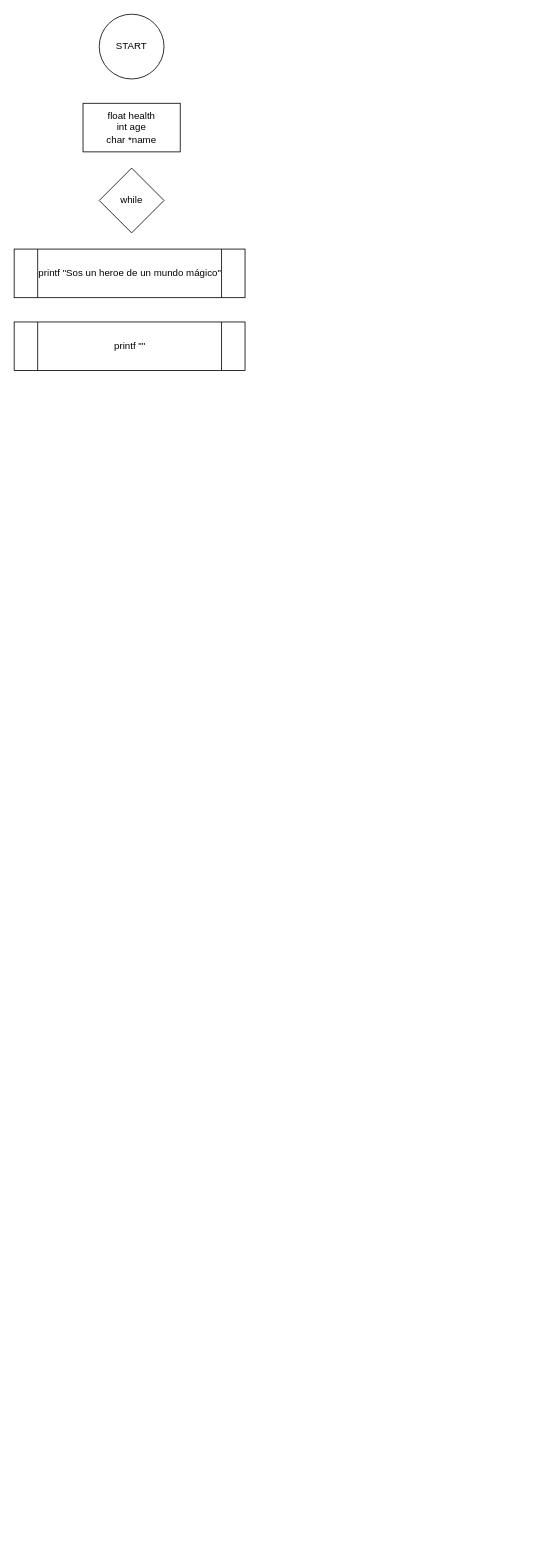
The draw.io diagram Programas/Personalizar-Heroe/PersonalizarHeroe-diagrama.drawio in VictorJ-Ch/Sistemas-operativos, before the edit. Source tidied: cells renumbered, new cells numbered last; positions are measured from the earlier drawing's top-left corner, leaving out a move shared by most shapes. Both pictures are drawn from the tidied source at 81%, with x=0, y=0 at pixel (14, 14).
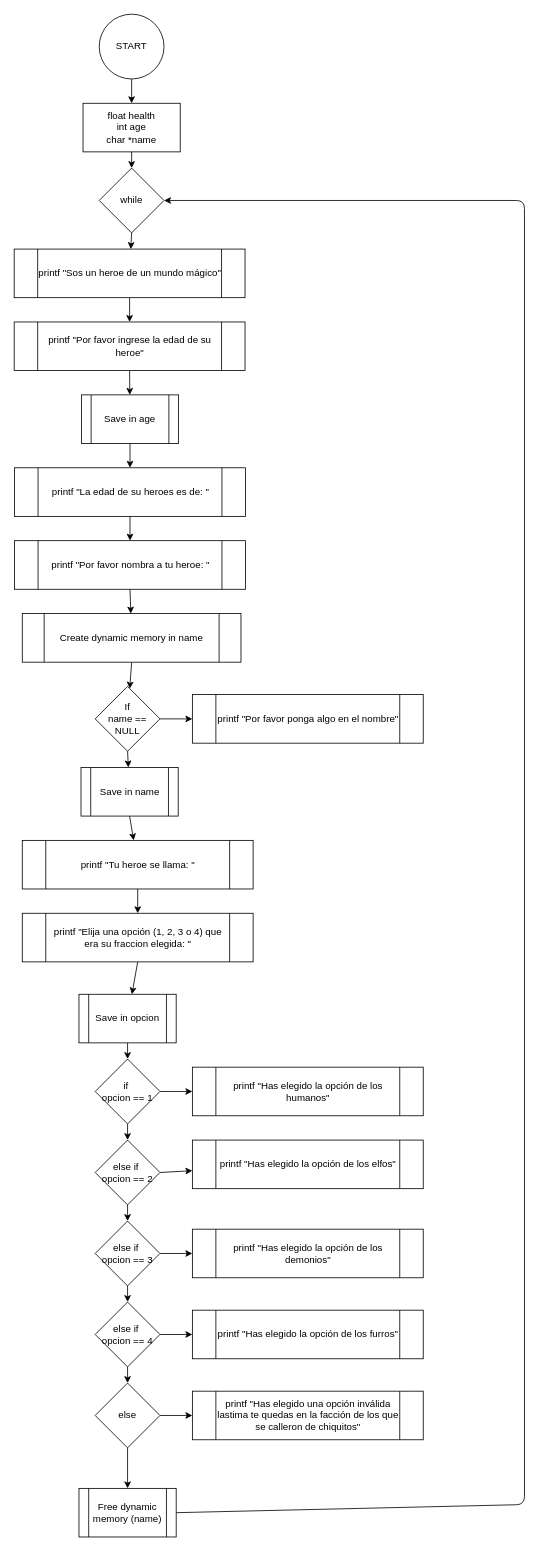
Above is the later version.

Commit message (it also covers changes not shown here):
Add diagrama-de-flujo in Programas\Personalizar-Heroe

The change refers to these unchanged cells:
```xml
<mxCell id="2" value="START" style="ellipse;whiteSpace=wrap;html=1;" parent="1" vertex="1">
  <mxGeometry x="105" width="80" height="80" as="geometry" />
</mxCell>
<mxCell id="3" value="float health&lt;br&gt;int age&lt;br&gt;char *name" style="rounded=0;whiteSpace=wrap;html=1;" parent="1" vertex="1">
  <mxGeometry x="85" y="110" width="120" height="60" as="geometry" />
</mxCell>
<mxCell id="4" value="while" style="rhombus;whiteSpace=wrap;html=1;" parent="1" vertex="1">
  <mxGeometry x="105" y="190" width="80" height="80" as="geometry" />
</mxCell>
<mxCell id="5" value="printf &quot;Sos un heroe de un mundo mágico&quot;" style="shape=process;whiteSpace=wrap;html=1;backgroundOutline=1;" parent="1" vertex="1">
  <mxGeometry y="290" width="285" height="60" as="geometry" />
</mxCell>
```

Change to the diagram source:
```diff
@@
+    <mxCell id="7" style="edgeStyle=none;html=1;exitX=0.5;exitY=1;exitDx=0;exitDy=0;" parent="1" edge="1" source="2" target="3">
+      <mxGeometry relative="1" as="geometry" />
+    </mxCell>
@@
+    <mxCell id="8" style="edgeStyle=none;html=1;exitX=0.5;exitY=1;exitDx=0;exitDy=0;" parent="1" edge="1" source="3" target="4">
+      <mxGeometry relative="1" as="geometry" />
+    </mxCell>
@@
+    <mxCell id="9" style="edgeStyle=none;html=1;exitX=0.5;exitY=1;exitDx=0;exitDy=0;" parent="1" edge="1" source="4" target="5">
+      <mxGeometry relative="1" as="geometry" />
+    </mxCell>
@@
+    <mxCell id="10" style="edgeStyle=none;html=1;exitX=0.5;exitY=1;exitDx=0;exitDy=0;" parent="1" edge="1" source="5" target="6">
+      <mxGeometry relative="1" as="geometry" />
+    </mxCell>
@@
+    <mxCell id="11" style="edgeStyle=none;html=1;exitX=0.5;exitY=1;exitDx=0;exitDy=0;" parent="1" edge="1" source="6" target="13">
+      <mxGeometry relative="1" as="geometry" />
+    </mxCell>
-    <mxCell id="6" value="printf &quot;&quot;" style="shape=process;whiteSpace=wrap;html=1;backgroundOutline=1;" parent="1" vertex="1">
+    <mxCell id="6" value="printf &quot;Por favor ingrese la edad de su heroe&quot;" style="shape=process;whiteSpace=wrap;html=1;backgroundOutline=1;" parent="1" vertex="1">
       <mxGeometry y="380" width="285" height="60" as="geometry" />
     </mxCell>
+    <mxCell id="12" style="edgeStyle=none;html=1;exitX=0.5;exitY=1;exitDx=0;exitDy=0;entryX=0.5;entryY=0;entryDx=0;entryDy=0;" parent="1" edge="1" source="13" target="15">
+      <mxGeometry relative="1" as="geometry" />
+    </mxCell>
+    <mxCell id="13" value="Save in age" style="shape=process;whiteSpace=wrap;html=1;backgroundOutline=1;" parent="1" vertex="1">
+      <mxGeometry x="83" y="470" width="120" height="60" as="geometry" />
+    </mxCell>
+    <mxCell id="14" style="edgeStyle=none;html=1;exitX=0.5;exitY=1;exitDx=0;exitDy=0;entryX=0.5;entryY=0;entryDx=0;entryDy=0;" parent="1" edge="1" source="15" target="17">
+      <mxGeometry relative="1" as="geometry" />
+    </mxCell>
+    <mxCell id="15" value="printf &quot;La edad de su heroes es de: &quot;" style="shape=process;whiteSpace=wrap;html=1;backgroundOutline=1;" parent="1" vertex="1">
+      <mxGeometry x="0.5" y="560" width="285" height="60" as="geometry" />
+    </mxCell>
+    <mxCell id="16" style="edgeStyle=none;html=1;exitX=0.5;exitY=1;exitDx=0;exitDy=0;" parent="1" edge="1" source="17" target="19">
+      <mxGeometry relative="1" as="geometry" />
+    </mxCell>
+    <mxCell id="17" value="printf &quot;Por favor nombra a tu heroe: &quot;" style="shape=process;whiteSpace=wrap;html=1;backgroundOutline=1;" parent="1" vertex="1">
+      <mxGeometry x="0.5" y="650" width="285" height="60" as="geometry" />
+    </mxCell>
+    <mxCell id="18" style="edgeStyle=none;html=1;exitX=0.5;exitY=1;exitDx=0;exitDy=0;" parent="1" edge="1" source="19" target="22">
+      <mxGeometry relative="1" as="geometry" />
+    </mxCell>
+    <mxCell id="19" value="Create dynamic memory in name" style="shape=process;whiteSpace=wrap;html=1;backgroundOutline=1;" parent="1" vertex="1">
+      <mxGeometry x="10" y="740" width="270" height="60" as="geometry" />
+    </mxCell>
+    <mxCell id="20" style="edgeStyle=none;html=1;exitX=1;exitY=0.5;exitDx=0;exitDy=0;" parent="1" edge="1" source="22" target="23">
+      <mxGeometry relative="1" as="geometry" />
+    </mxCell>
+    <mxCell id="21" style="edgeStyle=none;html=1;exitX=0.5;exitY=1;exitDx=0;exitDy=0;" parent="1" edge="1" source="22" target="25">
+      <mxGeometry relative="1" as="geometry" />
+    </mxCell>
+    <mxCell id="22" value="If&lt;br&gt;name == NULL" style="rhombus;whiteSpace=wrap;html=1;" parent="1" vertex="1">
+      <mxGeometry x="100" y="830" width="80" height="80" as="geometry" />
+    </mxCell>
+    <mxCell id="23" value="printf &quot;Por favor ponga algo en el nombre&quot;" style="shape=process;whiteSpace=wrap;html=1;backgroundOutline=1;" parent="1" vertex="1">
+      <mxGeometry x="220" y="840" width="285" height="60" as="geometry" />
+    </mxCell>
+    <mxCell id="24" style="edgeStyle=none;html=1;exitX=0.5;exitY=1;exitDx=0;exitDy=0;" parent="1" edge="1" source="25" target="27">
+      <mxGeometry relative="1" as="geometry" />
+    </mxCell>
+    <mxCell id="25" value="Save in name" style="shape=process;whiteSpace=wrap;html=1;backgroundOutline=1;" parent="1" vertex="1">
+      <mxGeometry x="82.5" y="930" width="120" height="60" as="geometry" />
+    </mxCell>
+    <mxCell id="26" style="edgeStyle=none;html=1;exitX=0.5;exitY=1;exitDx=0;exitDy=0;" parent="1" edge="1" source="27" target="29">
+      <mxGeometry relative="1" as="geometry" />
+    </mxCell>
+    <mxCell id="27" value="printf &quot;Tu heroe se llama: &quot;" style="shape=process;whiteSpace=wrap;html=1;backgroundOutline=1;" parent="1" vertex="1">
+      <mxGeometry x="10" y="1020" width="285" height="60" as="geometry" />
+    </mxCell>
+    <mxCell id="28" style="edgeStyle=none;html=1;exitX=0.5;exitY=1;exitDx=0;exitDy=0;" parent="1" edge="1" source="29" target="31">
+      <mxGeometry relative="1" as="geometry" />
+    </mxCell>
+    <mxCell id="29" value="printf &quot;Elija una opción (1, 2, 3 o 4) que era su fraccion elegida: &quot;" style="shape=process;whiteSpace=wrap;html=1;backgroundOutline=1;" parent="1" vertex="1">
+      <mxGeometry x="10" y="1110" width="285" height="60" as="geometry" />
+    </mxCell>
+    <mxCell id="30" style="edgeStyle=none;html=1;exitX=0.5;exitY=1;exitDx=0;exitDy=0;" parent="1" edge="1" source="31" target="34">
+      <mxGeometry relative="1" as="geometry" />
+    </mxCell>
+    <mxCell id="31" value="Save in opcion" style="shape=process;whiteSpace=wrap;html=1;backgroundOutline=1;" parent="1" vertex="1">
+      <mxGeometry x="80" y="1210" width="120" height="60" as="geometry" />
+    </mxCell>
+    <mxCell id="32" style="edgeStyle=none;html=1;exitX=1;exitY=0.5;exitDx=0;exitDy=0;" parent="1" edge="1" source="34" target="47">
+      <mxGeometry relative="1" as="geometry" />
+    </mxCell>
+    <mxCell id="33" style="edgeStyle=none;html=1;exitX=0.5;exitY=1;exitDx=0;exitDy=0;" parent="1" edge="1" source="34" target="37">
+      <mxGeometry relative="1" as="geometry" />
+    </mxCell>
+    <mxCell id="34" value="if&amp;nbsp;&lt;br&gt;opcion == 1" style="rhombus;whiteSpace=wrap;html=1;" parent="1" vertex="1">
+      <mxGeometry x="100" y="1290" width="80" height="80" as="geometry" />
+    </mxCell>
+    <mxCell id="35" style="edgeStyle=none;html=1;exitX=0.5;exitY=1;exitDx=0;exitDy=0;" parent="1" edge="1" source="37" target="40">
+      <mxGeometry relative="1" as="geometry" />
+    </mxCell>
+    <mxCell id="36" style="edgeStyle=none;html=1;exitX=1;exitY=0.5;exitDx=0;exitDy=0;" parent="1" edge="1" source="37" target="48">
+      <mxGeometry relative="1" as="geometry" />
+    </mxCell>
+    <mxCell id="37" value="else if&amp;nbsp;&lt;br&gt;opcion == 2" style="rhombus;whiteSpace=wrap;html=1;" parent="1" vertex="1">
+      <mxGeometry x="100" y="1390" width="80" height="80" as="geometry" />
+    </mxCell>
+    <mxCell id="38" style="edgeStyle=none;html=1;exitX=0.5;exitY=1;exitDx=0;exitDy=0;" parent="1" edge="1" source="40" target="43">
+      <mxGeometry relative="1" as="geometry" />
+    </mxCell>
+    <mxCell id="39" style="edgeStyle=none;html=1;exitX=1;exitY=0.5;exitDx=0;exitDy=0;entryX=0;entryY=0.5;entryDx=0;entryDy=0;" parent="1" edge="1" source="40" target="49">
+      <mxGeometry relative="1" as="geometry" />
+    </mxCell>
+    <mxCell id="40" value="else if&amp;nbsp;&lt;br&gt;opcion == 3" style="rhombus;whiteSpace=wrap;html=1;" parent="1" vertex="1">
+      <mxGeometry x="100" y="1490" width="80" height="80" as="geometry" />
+    </mxCell>
+    <mxCell id="41" style="edgeStyle=none;html=1;exitX=0.5;exitY=1;exitDx=0;exitDy=0;" parent="1" edge="1" source="43" target="46">
+      <mxGeometry relative="1" as="geometry" />
+    </mxCell>
+    <mxCell id="42" style="edgeStyle=none;html=1;exitX=1;exitY=0.5;exitDx=0;exitDy=0;" parent="1" edge="1" source="43" target="50">
+      <mxGeometry relative="1" as="geometry" />
+    </mxCell>
+    <mxCell id="43" value="else if&amp;nbsp;&lt;br&gt;opcion == 4" style="rhombus;whiteSpace=wrap;html=1;" parent="1" vertex="1">
+      <mxGeometry x="100" y="1590" width="80" height="80" as="geometry" />
+    </mxCell>
+    <mxCell id="44" style="edgeStyle=none;html=1;exitX=0.5;exitY=1;exitDx=0;exitDy=0;" parent="1" edge="1" source="46" target="53">
+      <mxGeometry relative="1" as="geometry" />
+    </mxCell>
+    <mxCell id="45" style="edgeStyle=none;html=1;exitX=1;exitY=0.5;exitDx=0;exitDy=0;entryX=0;entryY=0.5;entryDx=0;entryDy=0;" parent="1" edge="1" source="46" target="51">
+      <mxGeometry relative="1" as="geometry" />
+    </mxCell>
+    <mxCell id="46" value="else" style="rhombus;whiteSpace=wrap;html=1;" parent="1" vertex="1">
+      <mxGeometry x="100" y="1690" width="80" height="80" as="geometry" />
+    </mxCell>
+    <mxCell id="47" value="printf &quot;Has elegido la opción de los humanos&quot;" style="shape=process;whiteSpace=wrap;html=1;backgroundOutline=1;" parent="1" vertex="1">
+      <mxGeometry x="220" y="1300" width="285" height="60" as="geometry" />
+    </mxCell>
+    <mxCell id="48" value="printf &quot;Has elegido la opción de los elfos&quot;" style="shape=process;whiteSpace=wrap;html=1;backgroundOutline=1;" parent="1" vertex="1">
+      <mxGeometry x="220" y="1390" width="285" height="60" as="geometry" />
+    </mxCell>
+    <mxCell id="49" value="printf &quot;Has elegido la opción de los demonios&quot;" style="shape=process;whiteSpace=wrap;html=1;backgroundOutline=1;" parent="1" vertex="1">
+      <mxGeometry x="220" y="1500" width="285" height="60" as="geometry" />
+    </mxCell>
+    <mxCell id="50" value="printf &quot;Has elegido la opción de los furros&quot;" style="shape=process;whiteSpace=wrap;html=1;backgroundOutline=1;" parent="1" vertex="1">
+      <mxGeometry x="220" y="1600" width="285" height="60" as="geometry" />
+    </mxCell>
+    <mxCell id="51" value="printf &quot;Has elegido una opción inválida lastima te quedas en la facción de los que se calleron de chiquitos&quot;" style="shape=process;whiteSpace=wrap;html=1;backgroundOutline=1;" parent="1" vertex="1">
+      <mxGeometry x="220" y="1700" width="285" height="60" as="geometry" />
+    </mxCell>
+    <mxCell id="52" style="edgeStyle=none;html=1;exitX=1;exitY=0.5;exitDx=0;exitDy=0;entryX=1;entryY=0.5;entryDx=0;entryDy=0;" parent="1" edge="1" source="53" target="4">
+      <mxGeometry relative="1" as="geometry">
+        <Array as="points">
+          <mxPoint x="630" y="1840" />
+          <mxPoint x="630" y="230" />
+        </Array>
+      </mxGeometry>
+    </mxCell>
+    <mxCell id="53" value="Free dynamic memory (name)" style="shape=process;whiteSpace=wrap;html=1;backgroundOutline=1;" parent="1" vertex="1">
+      <mxGeometry x="80" y="1820" width="120" height="60" as="geometry" />
+    </mxCell>
```
